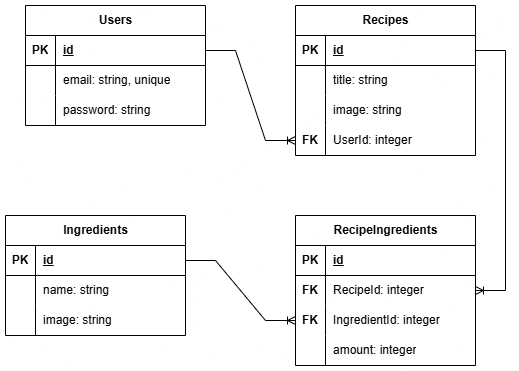
fathanabds/IP-RMT54 keeps this draw.io diagram as server/iProject_schema.png. Above is the earlier version. Source tidied: cells renumbered, new cells last; positions are measured from the earlier drawing's top-left corner, leaving out a move shared by most shapes. The source it was exported from:
```xml
<mxGraphModel>
  <root>
    <mxCell id="0" />
    <mxCell id="1" parent="0" />
    <mxCell id="2" value="Users" style="shape=table;startSize=30;rowLines=0;fontStyle=1;align=center;html=1;" parent="1" vertex="1">
      <mxGeometry x="20" width="180" height="120" as="geometry" />
    </mxCell>
    <mxCell id="3" style="shape=tableRow;horizontal=0;startSize=0;swimlaneHead=0;swimlaneBody=0;fillColor=none;points=[[0,0.5],[1,0.5]];portConstraint=eastwest;top=0;left=0;right=0;bottom=1;" parent="2" vertex="1">
      <mxGeometry y="30" width="180" height="30" as="geometry" />
    </mxCell>
    <mxCell id="4" value="PK" style="shape=partialRectangle;fillColor=none;top=0;left=0;bottom=0;right=0;fontStyle=1;overflow=hidden;whiteSpace=wrap;html=1;" parent="3" vertex="1">
      <mxGeometry width="30" height="30" as="geometry" />
    </mxCell>
    <mxCell id="5" value="id" style="shape=partialRectangle;fillColor=none;top=0;left=0;bottom=0;right=0;align=left;spacingLeft=6;fontStyle=5;overflow=hidden;whiteSpace=wrap;html=1;" parent="3" vertex="1">
      <mxGeometry x="30" width="150" height="30" as="geometry" />
    </mxCell>
    <mxCell id="6" style="shape=tableRow;horizontal=0;startSize=0;swimlaneHead=0;swimlaneBody=0;fillColor=none;top=0;left=0;right=0;bottom=0;" parent="2" vertex="1">
      <mxGeometry y="60" width="180" height="30" as="geometry" />
    </mxCell>
    <mxCell id="7" style="shape=partialRectangle;fillColor=none;top=0;left=0;bottom=0;right=0;overflow=hidden;whiteSpace=wrap;html=1;" parent="6" vertex="1">
      <mxGeometry width="30" height="30" as="geometry" />
    </mxCell>
    <mxCell id="8" value="email: string, unique" style="shape=partialRectangle;fillColor=none;top=0;left=0;bottom=0;right=0;align=left;spacingLeft=6;overflow=hidden;whiteSpace=wrap;html=1;" parent="6" vertex="1">
      <mxGeometry x="30" width="150" height="30" as="geometry" />
    </mxCell>
    <mxCell id="9" style="shape=tableRow;horizontal=0;startSize=0;swimlaneHead=0;swimlaneBody=0;fillColor=none;top=0;left=0;right=0;bottom=0;" parent="2" vertex="1">
      <mxGeometry y="90" width="180" height="30" as="geometry" />
    </mxCell>
    <mxCell id="10" style="shape=partialRectangle;fillColor=none;top=0;left=0;bottom=0;right=0;overflow=hidden;whiteSpace=wrap;html=1;" parent="9" vertex="1">
      <mxGeometry width="30" height="30" as="geometry" />
    </mxCell>
    <mxCell id="11" value="password: string" style="shape=partialRectangle;fillColor=none;top=0;left=0;bottom=0;right=0;align=left;spacingLeft=6;overflow=hidden;whiteSpace=wrap;html=1;" parent="9" vertex="1">
      <mxGeometry x="30" width="150" height="30" as="geometry" />
    </mxCell>
    <mxCell id="12" value="Recipes" style="shape=table;startSize=30;rowLines=0;fontStyle=1;align=center;html=1;" parent="1" vertex="1">
      <mxGeometry x="290" width="180" height="150" as="geometry" />
    </mxCell>
    <mxCell id="13" style="shape=tableRow;horizontal=0;startSize=0;swimlaneHead=0;swimlaneBody=0;fillColor=none;points=[[0,0.5],[1,0.5]];portConstraint=eastwest;top=0;left=0;right=0;bottom=1;" parent="12" vertex="1">
      <mxGeometry y="30" width="180" height="30" as="geometry" />
    </mxCell>
    <mxCell id="14" value="PK" style="shape=partialRectangle;fillColor=none;top=0;left=0;bottom=0;right=0;fontStyle=1;overflow=hidden;whiteSpace=wrap;html=1;" parent="13" vertex="1">
      <mxGeometry width="30" height="30" as="geometry" />
    </mxCell>
    <mxCell id="15" value="id" style="shape=partialRectangle;fillColor=none;top=0;left=0;bottom=0;right=0;align=left;spacingLeft=6;fontStyle=5;overflow=hidden;whiteSpace=wrap;html=1;" parent="13" vertex="1">
      <mxGeometry x="30" width="150" height="30" as="geometry" />
    </mxCell>
    <mxCell id="16" style="shape=tableRow;horizontal=0;startSize=0;swimlaneHead=0;swimlaneBody=0;fillColor=none;top=0;left=0;right=0;bottom=0;" parent="12" vertex="1">
      <mxGeometry y="60" width="180" height="30" as="geometry" />
    </mxCell>
    <mxCell id="17" style="shape=partialRectangle;fillColor=none;top=0;left=0;bottom=0;right=0;overflow=hidden;whiteSpace=wrap;html=1;" parent="16" vertex="1">
      <mxGeometry width="30" height="30" as="geometry" />
    </mxCell>
    <mxCell id="18" value="title: string" style="shape=partialRectangle;fillColor=none;top=0;left=0;bottom=0;right=0;align=left;spacingLeft=6;overflow=hidden;whiteSpace=wrap;html=1;" parent="16" vertex="1">
      <mxGeometry x="30" width="150" height="30" as="geometry" />
    </mxCell>
    <mxCell id="19" style="shape=tableRow;horizontal=0;startSize=0;swimlaneHead=0;swimlaneBody=0;fillColor=none;top=0;left=0;right=0;bottom=0;" parent="12" vertex="1">
      <mxGeometry y="90" width="180" height="30" as="geometry" />
    </mxCell>
    <mxCell id="20" style="shape=partialRectangle;fillColor=none;top=0;left=0;bottom=0;right=0;overflow=hidden;whiteSpace=wrap;html=1;" parent="19" vertex="1">
      <mxGeometry width="30" height="30" as="geometry" />
    </mxCell>
    <mxCell id="21" value="image: string" style="shape=partialRectangle;fillColor=none;top=0;left=0;bottom=0;right=0;align=left;spacingLeft=6;overflow=hidden;whiteSpace=wrap;html=1;" parent="19" vertex="1">
      <mxGeometry x="30" width="150" height="30" as="geometry" />
    </mxCell>
    <mxCell id="22" style="shape=tableRow;horizontal=0;startSize=0;swimlaneHead=0;swimlaneBody=0;fillColor=none;points=[[0,0.5],[1,0.5]];portConstraint=eastwest;top=0;left=0;right=0;bottom=0;" parent="12" vertex="1">
      <mxGeometry y="120" width="180" height="30" as="geometry" />
    </mxCell>
    <mxCell id="23" value="&lt;b&gt;FK&lt;/b&gt;" style="shape=partialRectangle;fillColor=none;top=0;left=0;bottom=0;right=0;overflow=hidden;whiteSpace=wrap;html=1;" parent="22" vertex="1">
      <mxGeometry width="30" height="30" as="geometry" />
    </mxCell>
    <mxCell id="24" value="UserId: integer" style="shape=partialRectangle;fillColor=none;top=0;left=0;bottom=0;right=0;align=left;spacingLeft=6;overflow=hidden;whiteSpace=wrap;html=1;" parent="22" vertex="1">
      <mxGeometry x="30" width="150" height="30" as="geometry" />
    </mxCell>
    <mxCell id="25" style="edgeStyle=entityRelationEdgeStyle;fontSize=12;html=1;endArrow=ERoneToMany;rounded=0;exitX=1;exitY=0.5;exitDx=0;exitDy=0;entryX=0;entryY=0.5;entryDx=0;entryDy=0;" parent="1" edge="1" source="3" target="22">
      <mxGeometry relative="1" as="geometry" />
    </mxCell>
    <mxCell id="26" value="Ingredients" style="shape=table;startSize=30;rowLines=0;fontStyle=1;align=center;html=1;" parent="1" vertex="1">
      <mxGeometry y="210" width="180" height="120" as="geometry" />
    </mxCell>
    <mxCell id="27" style="shape=tableRow;horizontal=0;startSize=0;swimlaneHead=0;swimlaneBody=0;fillColor=none;points=[[0,0.5],[1,0.5]];portConstraint=eastwest;top=0;left=0;right=0;bottom=1;" parent="26" vertex="1">
      <mxGeometry y="30" width="180" height="30" as="geometry" />
    </mxCell>
    <mxCell id="28" value="PK" style="shape=partialRectangle;fillColor=none;top=0;left=0;bottom=0;right=0;fontStyle=1;overflow=hidden;whiteSpace=wrap;html=1;" parent="27" vertex="1">
      <mxGeometry width="30" height="30" as="geometry" />
    </mxCell>
    <mxCell id="29" value="id" style="shape=partialRectangle;fillColor=none;top=0;left=0;bottom=0;right=0;align=left;spacingLeft=6;fontStyle=5;overflow=hidden;whiteSpace=wrap;html=1;" parent="27" vertex="1">
      <mxGeometry x="30" width="150" height="30" as="geometry" />
    </mxCell>
    <mxCell id="30" style="shape=tableRow;horizontal=0;startSize=0;swimlaneHead=0;swimlaneBody=0;fillColor=none;top=0;left=0;right=0;bottom=0;" parent="26" vertex="1">
      <mxGeometry y="60" width="180" height="30" as="geometry" />
    </mxCell>
    <mxCell id="31" style="shape=partialRectangle;fillColor=none;top=0;left=0;bottom=0;right=0;overflow=hidden;whiteSpace=wrap;html=1;" parent="30" vertex="1">
      <mxGeometry width="30" height="30" as="geometry" />
    </mxCell>
    <mxCell id="32" value="name: string" style="shape=partialRectangle;fillColor=none;top=0;left=0;bottom=0;right=0;align=left;spacingLeft=6;overflow=hidden;whiteSpace=wrap;html=1;" parent="30" vertex="1">
      <mxGeometry x="30" width="150" height="30" as="geometry" />
    </mxCell>
    <mxCell id="33" style="shape=tableRow;horizontal=0;startSize=0;swimlaneHead=0;swimlaneBody=0;fillColor=none;top=0;left=0;right=0;bottom=0;" parent="26" vertex="1">
      <mxGeometry y="90" width="180" height="30" as="geometry" />
    </mxCell>
    <mxCell id="34" style="shape=partialRectangle;fillColor=none;top=0;left=0;bottom=0;right=0;overflow=hidden;whiteSpace=wrap;html=1;" parent="33" vertex="1">
      <mxGeometry width="30" height="30" as="geometry" />
    </mxCell>
    <mxCell id="35" value="image: string" style="shape=partialRectangle;fillColor=none;top=0;left=0;bottom=0;right=0;align=left;spacingLeft=6;overflow=hidden;whiteSpace=wrap;html=1;" parent="33" vertex="1">
      <mxGeometry x="30" width="150" height="30" as="geometry" />
    </mxCell>
    <mxCell id="36" value="RecipeIngredients" style="shape=table;startSize=30;rowLines=0;fontStyle=1;align=center;html=1;" parent="1" vertex="1">
      <mxGeometry x="290" y="210" width="180" height="150" as="geometry" />
    </mxCell>
    <mxCell id="37" style="shape=tableRow;horizontal=0;startSize=0;swimlaneHead=0;swimlaneBody=0;fillColor=none;top=0;left=0;right=0;bottom=1;" parent="36" vertex="1">
      <mxGeometry y="30" width="180" height="30" as="geometry" />
    </mxCell>
    <mxCell id="38" value="PK" style="shape=partialRectangle;fillColor=none;top=0;left=0;bottom=0;right=0;fontStyle=1;overflow=hidden;whiteSpace=wrap;html=1;" parent="37" vertex="1">
      <mxGeometry width="30" height="30" as="geometry" />
    </mxCell>
    <mxCell id="39" value="id" style="shape=partialRectangle;fillColor=none;top=0;left=0;bottom=0;right=0;align=left;spacingLeft=6;fontStyle=5;overflow=hidden;whiteSpace=wrap;html=1;" parent="37" vertex="1">
      <mxGeometry x="30" width="150" height="30" as="geometry" />
    </mxCell>
    <mxCell id="40" style="shape=tableRow;horizontal=0;startSize=0;swimlaneHead=0;swimlaneBody=0;fillColor=none;points=[[0,0.5],[1,0.5]];portConstraint=eastwest;top=0;left=0;right=0;bottom=0;" parent="36" vertex="1">
      <mxGeometry y="60" width="180" height="30" as="geometry" />
    </mxCell>
    <mxCell id="41" value="FK" style="shape=partialRectangle;fillColor=none;top=0;left=0;bottom=0;right=0;overflow=hidden;whiteSpace=wrap;html=1;fontStyle=1;" parent="40" vertex="1">
      <mxGeometry width="30" height="30" as="geometry" />
    </mxCell>
    <mxCell id="42" value="RecipeId: integer" style="shape=partialRectangle;fillColor=none;top=0;left=0;bottom=0;right=0;align=left;spacingLeft=6;overflow=hidden;whiteSpace=wrap;html=1;" parent="40" vertex="1">
      <mxGeometry x="30" width="150" height="30" as="geometry" />
    </mxCell>
    <mxCell id="43" style="shape=tableRow;horizontal=0;startSize=0;swimlaneHead=0;swimlaneBody=0;fillColor=none;points=[[0,0.5],[1,0.5]];portConstraint=eastwest;top=0;left=0;right=0;bottom=0;" parent="36" vertex="1">
      <mxGeometry y="90" width="180" height="30" as="geometry" />
    </mxCell>
    <mxCell id="44" value="FK" style="shape=partialRectangle;fillColor=none;top=0;left=0;bottom=0;right=0;overflow=hidden;whiteSpace=wrap;html=1;fontStyle=1;" parent="43" vertex="1">
      <mxGeometry width="30" height="30" as="geometry" />
    </mxCell>
    <mxCell id="45" value="IngredientId: integer" style="shape=partialRectangle;fillColor=none;top=0;left=0;bottom=0;right=0;align=left;spacingLeft=6;overflow=hidden;whiteSpace=wrap;html=1;" parent="43" vertex="1">
      <mxGeometry x="30" width="150" height="30" as="geometry" />
    </mxCell>
    <mxCell id="46" style="shape=tableRow;horizontal=0;startSize=0;swimlaneHead=0;swimlaneBody=0;fillColor=none;top=0;left=0;right=0;bottom=0;" parent="36" vertex="1">
      <mxGeometry y="120" width="180" height="30" as="geometry" />
    </mxCell>
    <mxCell id="47" style="shape=partialRectangle;fillColor=none;top=0;left=0;bottom=0;right=0;overflow=hidden;whiteSpace=wrap;html=1;" parent="46" vertex="1">
      <mxGeometry width="30" height="30" as="geometry" />
    </mxCell>
    <mxCell id="48" value="amount: integer" style="shape=partialRectangle;fillColor=none;top=0;left=0;bottom=0;right=0;align=left;spacingLeft=6;overflow=hidden;whiteSpace=wrap;html=1;" parent="46" vertex="1">
      <mxGeometry x="30" width="150" height="30" as="geometry" />
    </mxCell>
    <mxCell id="49" style="edgeStyle=entityRelationEdgeStyle;fontSize=12;html=1;endArrow=ERoneToMany;rounded=0;exitX=1;exitY=0.5;exitDx=0;exitDy=0;entryX=1;entryY=0.5;entryDx=0;entryDy=0;" parent="1" edge="1" source="13" target="40">
      <mxGeometry relative="1" as="geometry" />
    </mxCell>
    <mxCell id="50" style="edgeStyle=entityRelationEdgeStyle;fontSize=12;html=1;endArrow=ERoneToMany;rounded=0;exitX=1;exitY=0.5;exitDx=0;exitDy=0;entryX=0;entryY=0.5;entryDx=0;entryDy=0;" parent="1" edge="1" source="27" target="43">
      <mxGeometry relative="1" as="geometry" />
    </mxCell>
  </root>
</mxGraphModel>
```
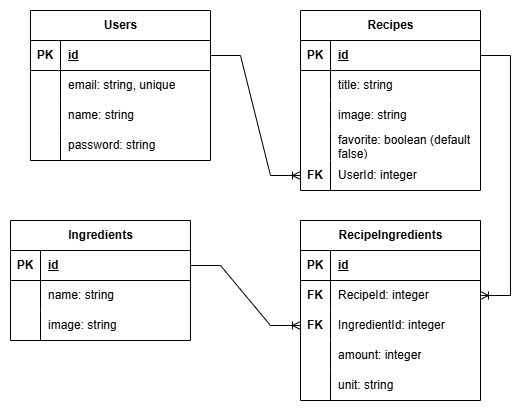
Later version of the same file.

What changed in the source:
```diff
@@ -3,7 +3,7 @@
     <mxCell id="0" />
     <mxCell id="1" parent="0" />
     <mxCell id="2" value="Users" style="shape=table;startSize=30;rowLines=0;fontStyle=1;align=center;html=1;" parent="1" vertex="1">
-      <mxGeometry x="20" width="180" height="120" as="geometry" />
+      <mxGeometry x="20" width="180" height="150" as="geometry" />
     </mxCell>
     <mxCell id="3" style="shape=tableRow;horizontal=0;startSize=0;swimlaneHead=0;swimlaneBody=0;fillColor=none;points=[[0,0.5],[1,0.5]];portConstraint=eastwest;top=0;left=0;right=0;bottom=1;" parent="2" vertex="1">
       <mxGeometry y="30" width="180" height="30" as="geometry" />
@@ -14,17 +14,26 @@
     <mxCell id="5" value="id" style="shape=partialRectangle;fillColor=none;top=0;left=0;bottom=0;right=0;align=left;spacingLeft=6;fontStyle=5;overflow=hidden;whiteSpace=wrap;html=1;" parent="3" vertex="1">
       <mxGeometry x="30" width="150" height="30" as="geometry" />
     </mxCell>
+    <mxCell id="51" style="shape=tableRow;horizontal=0;startSize=0;swimlaneHead=0;swimlaneBody=0;fillColor=none;top=0;left=0;right=0;bottom=0;" parent="2" vertex="1">
+      <mxGeometry y="60" width="180" height="30" as="geometry" />
+    </mxCell>
+    <mxCell id="52" style="shape=partialRectangle;fillColor=none;top=0;left=0;bottom=0;right=0;overflow=hidden;whiteSpace=wrap;html=1;" parent="51" vertex="1">
+      <mxGeometry width="30" height="30" as="geometry" />
+    </mxCell>
+    <mxCell id="53" value="email: string, unique" style="shape=partialRectangle;fillColor=none;top=0;left=0;bottom=0;right=0;align=left;spacingLeft=6;overflow=hidden;whiteSpace=wrap;html=1;" parent="51" vertex="1">
+      <mxGeometry x="30" width="150" height="30" as="geometry" />
+    </mxCell>
     <mxCell id="6" style="shape=tableRow;horizontal=0;startSize=0;swimlaneHead=0;swimlaneBody=0;fillColor=none;top=0;left=0;right=0;bottom=0;" parent="2" vertex="1">
-      <mxGeometry y="60" width="180" height="30" as="geometry" />
+      <mxGeometry y="90" width="180" height="30" as="geometry" />
     </mxCell>
     <mxCell id="7" style="shape=partialRectangle;fillColor=none;top=0;left=0;bottom=0;right=0;overflow=hidden;whiteSpace=wrap;html=1;" parent="6" vertex="1">
       <mxGeometry width="30" height="30" as="geometry" />
     </mxCell>
-    <mxCell id="8" value="email: string, unique" style="shape=partialRectangle;fillColor=none;top=0;left=0;bottom=0;right=0;align=left;spacingLeft=6;overflow=hidden;whiteSpace=wrap;html=1;" parent="6" vertex="1">
+    <mxCell id="8" value="name: string" style="shape=partialRectangle;fillColor=none;top=0;left=0;bottom=0;right=0;align=left;spacingLeft=6;overflow=hidden;whiteSpace=wrap;html=1;" parent="6" vertex="1">
       <mxGeometry x="30" width="150" height="30" as="geometry" />
     </mxCell>
     <mxCell id="9" style="shape=tableRow;horizontal=0;startSize=0;swimlaneHead=0;swimlaneBody=0;fillColor=none;top=0;left=0;right=0;bottom=0;" parent="2" vertex="1">
-      <mxGeometry y="90" width="180" height="30" as="geometry" />
+      <mxGeometry y="120" width="180" height="30" as="geometry" />
     </mxCell>
     <mxCell id="10" style="shape=partialRectangle;fillColor=none;top=0;left=0;bottom=0;right=0;overflow=hidden;whiteSpace=wrap;html=1;" parent="9" vertex="1">
       <mxGeometry width="30" height="30" as="geometry" />
@@ -33,7 +42,7 @@
       <mxGeometry x="30" width="150" height="30" as="geometry" />
     </mxCell>
     <mxCell id="12" value="Recipes" style="shape=table;startSize=30;rowLines=0;fontStyle=1;align=center;html=1;" parent="1" vertex="1">
-      <mxGeometry x="290" width="180" height="150" as="geometry" />
+      <mxGeometry x="290" width="180" height="180" as="geometry" />
     </mxCell>
     <mxCell id="13" style="shape=tableRow;horizontal=0;startSize=0;swimlaneHead=0;swimlaneBody=0;fillColor=none;points=[[0,0.5],[1,0.5]];portConstraint=eastwest;top=0;left=0;right=0;bottom=1;" parent="12" vertex="1">
       <mxGeometry y="30" width="180" height="30" as="geometry" />
@@ -62,8 +71,17 @@
     <mxCell id="21" value="image: string" style="shape=partialRectangle;fillColor=none;top=0;left=0;bottom=0;right=0;align=left;spacingLeft=6;overflow=hidden;whiteSpace=wrap;html=1;" parent="19" vertex="1">
       <mxGeometry x="30" width="150" height="30" as="geometry" />
     </mxCell>
+    <mxCell id="54" style="shape=tableRow;horizontal=0;startSize=0;swimlaneHead=0;swimlaneBody=0;fillColor=none;top=0;left=0;right=0;bottom=0;" parent="12" vertex="1">
+      <mxGeometry y="120" width="180" height="30" as="geometry" />
+    </mxCell>
+    <mxCell id="55" style="shape=partialRectangle;fillColor=none;top=0;left=0;bottom=0;right=0;overflow=hidden;whiteSpace=wrap;html=1;" parent="54" vertex="1">
+      <mxGeometry width="30" height="30" as="geometry" />
+    </mxCell>
+    <mxCell id="56" value="favorite: boolean (default false)" style="shape=partialRectangle;fillColor=none;top=0;left=0;bottom=0;right=0;align=left;spacingLeft=6;overflow=hidden;whiteSpace=wrap;html=1;" parent="54" vertex="1">
+      <mxGeometry x="30" width="150" height="30" as="geometry" />
+    </mxCell>
     <mxCell id="22" style="shape=tableRow;horizontal=0;startSize=0;swimlaneHead=0;swimlaneBody=0;fillColor=none;points=[[0,0.5],[1,0.5]];portConstraint=eastwest;top=0;left=0;right=0;bottom=0;" parent="12" vertex="1">
-      <mxGeometry y="120" width="180" height="30" as="geometry" />
+      <mxGeometry y="150" width="180" height="30" as="geometry" />
     </mxCell>
     <mxCell id="23" value="&lt;b&gt;FK&lt;/b&gt;" style="shape=partialRectangle;fillColor=none;top=0;left=0;bottom=0;right=0;overflow=hidden;whiteSpace=wrap;html=1;" parent="22" vertex="1">
       <mxGeometry width="30" height="30" as="geometry" />
@@ -105,7 +123,7 @@
       <mxGeometry x="30" width="150" height="30" as="geometry" />
     </mxCell>
     <mxCell id="36" value="RecipeIngredients" style="shape=table;startSize=30;rowLines=0;fontStyle=1;align=center;html=1;" parent="1" vertex="1">
-      <mxGeometry x="290" y="210" width="180" height="150" as="geometry" />
+      <mxGeometry x="290" y="210" width="180" height="180" as="geometry" />
     </mxCell>
     <mxCell id="37" style="shape=tableRow;horizontal=0;startSize=0;swimlaneHead=0;swimlaneBody=0;fillColor=none;top=0;left=0;right=0;bottom=1;" parent="36" vertex="1">
       <mxGeometry y="30" width="180" height="30" as="geometry" />
@@ -143,6 +161,15 @@
     <mxCell id="48" value="amount: integer" style="shape=partialRectangle;fillColor=none;top=0;left=0;bottom=0;right=0;align=left;spacingLeft=6;overflow=hidden;whiteSpace=wrap;html=1;" parent="46" vertex="1">
       <mxGeometry x="30" width="150" height="30" as="geometry" />
     </mxCell>
+    <mxCell id="57" style="shape=tableRow;horizontal=0;startSize=0;swimlaneHead=0;swimlaneBody=0;fillColor=none;top=0;left=0;right=0;bottom=0;" parent="36" vertex="1">
+      <mxGeometry y="150" width="180" height="30" as="geometry" />
+    </mxCell>
+    <mxCell id="58" style="shape=partialRectangle;fillColor=none;top=0;left=0;bottom=0;right=0;overflow=hidden;whiteSpace=wrap;html=1;" parent="57" vertex="1">
+      <mxGeometry width="30" height="30" as="geometry" />
+    </mxCell>
+    <mxCell id="59" value="unit: string" style="shape=partialRectangle;fillColor=none;top=0;left=0;bottom=0;right=0;align=left;spacingLeft=6;overflow=hidden;whiteSpace=wrap;html=1;" parent="57" vertex="1">
+      <mxGeometry x="30" width="150" height="30" as="geometry" />
+    </mxCell>
     <mxCell id="49" style="edgeStyle=entityRelationEdgeStyle;fontSize=12;html=1;endArrow=ERoneToMany;rounded=0;exitX=1;exitY=0.5;exitDx=0;exitDy=0;entryX=1;entryY=0.5;entryDx=0;entryDy=0;" parent="1" edge="1" source="13" target="40">
       <mxGeometry relative="1" as="geometry" />
     </mxCell>
```
